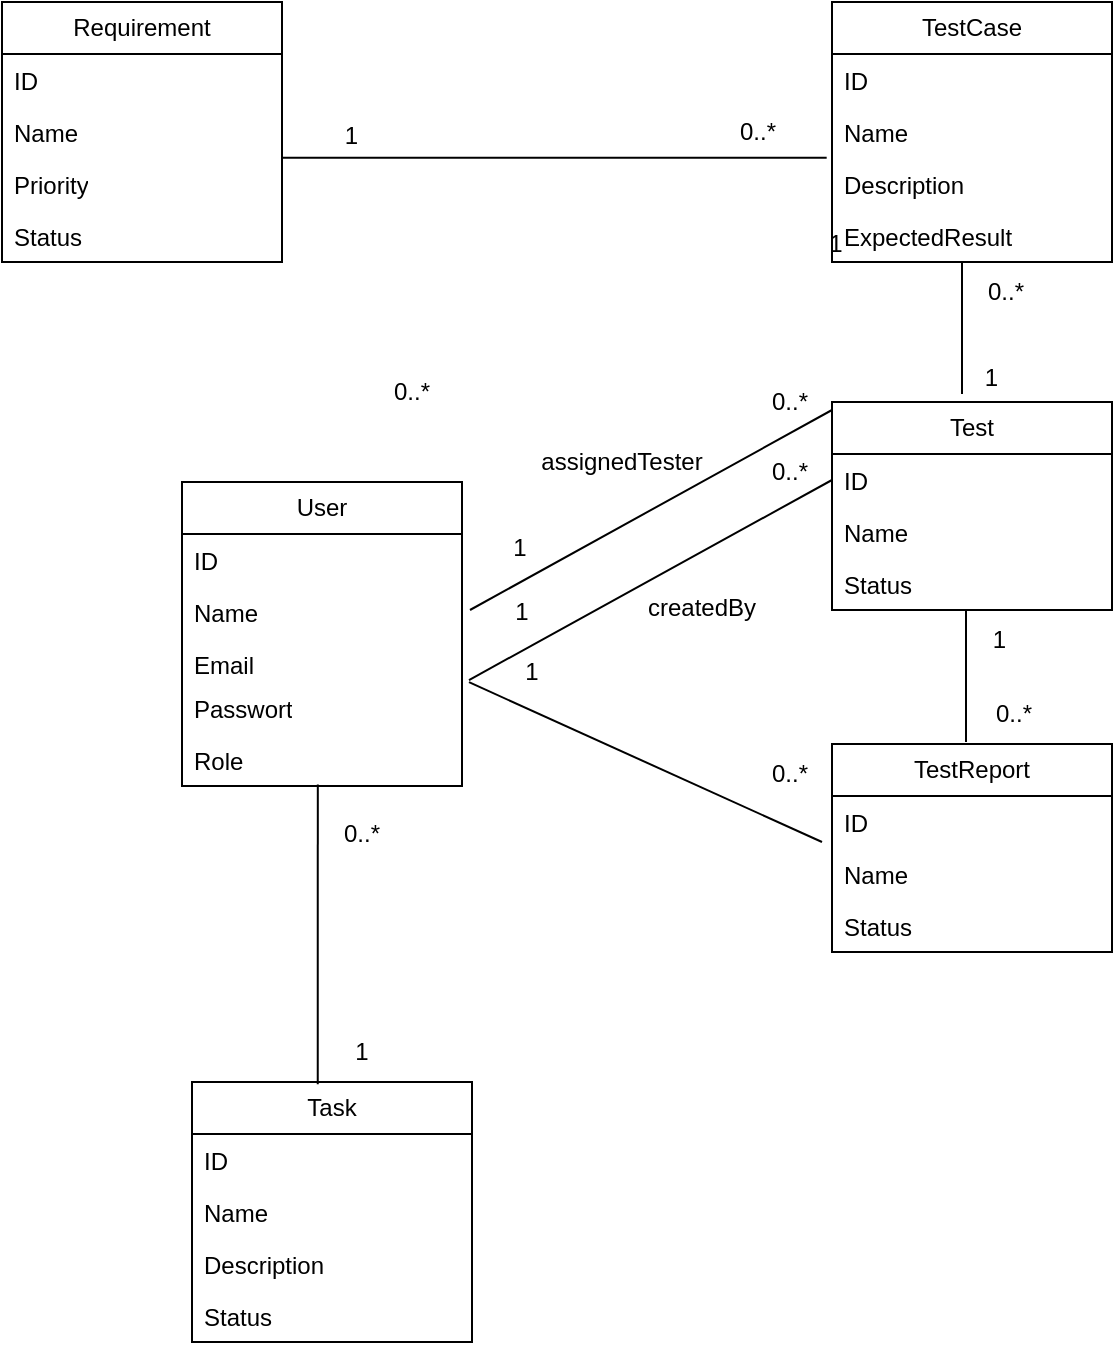
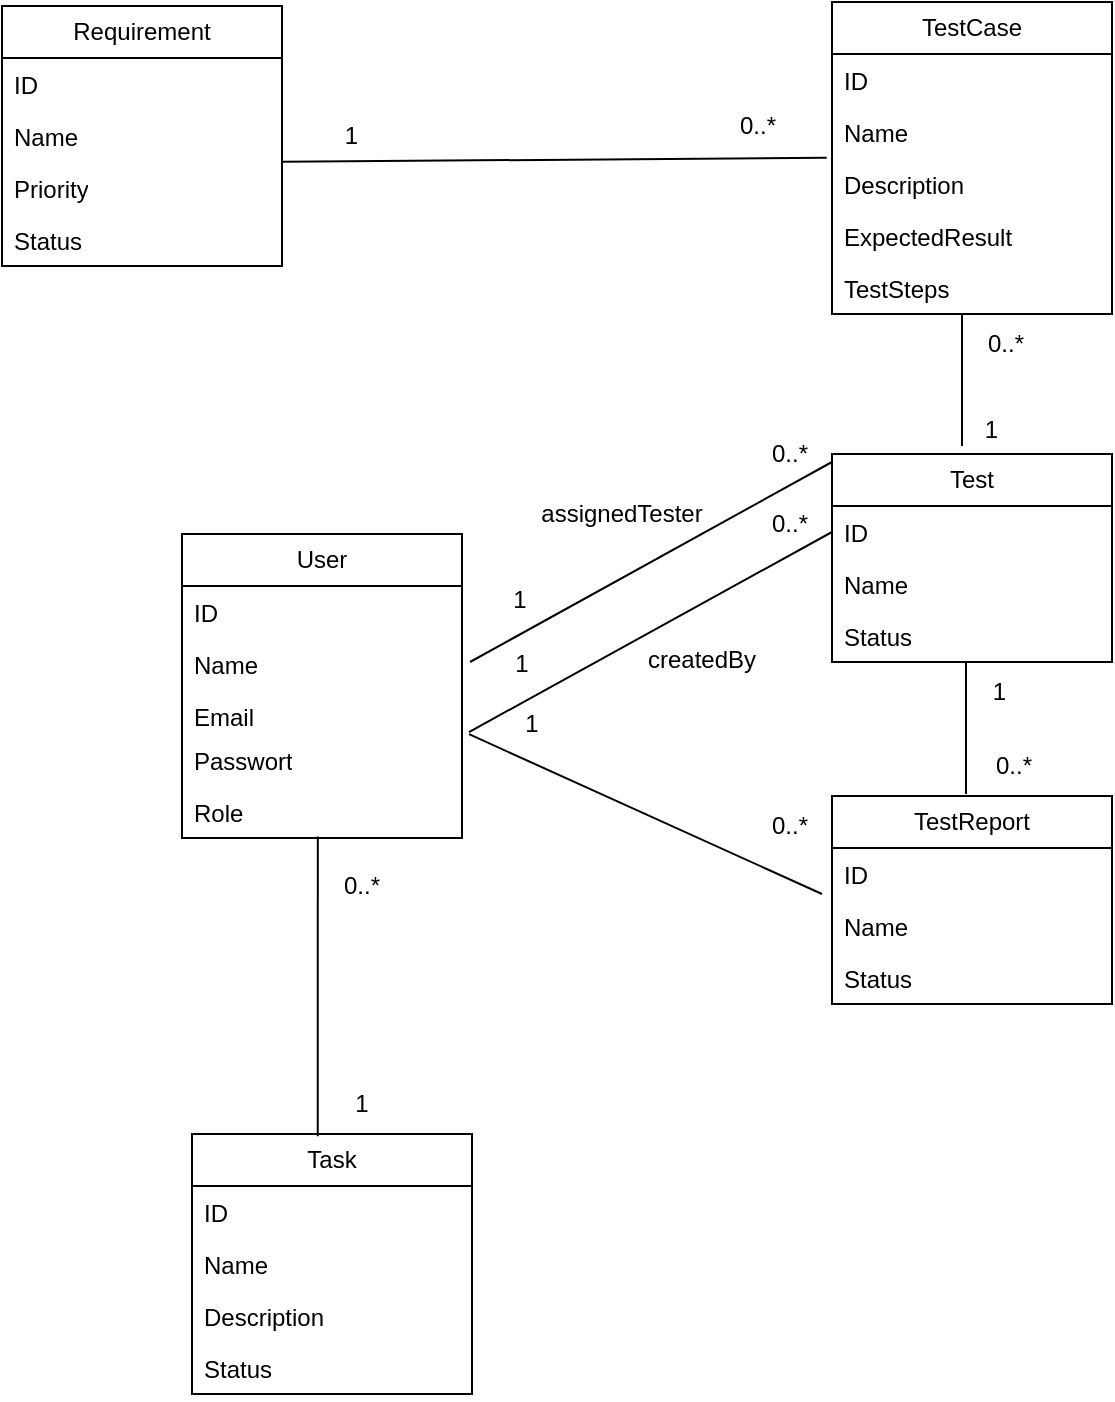
<mxfile host="app.diagrams.net" agent="Mozilla/5.0 (Macintosh; Intel Mac OS X 10_15_7) AppleWebKit/605.1.15 (KHTML, like Gecko) Version/26.2 Safari/605.1.15" pages="2">
  <diagram name="Page-1" id="9UJmMtd8jPqIVRHSLT7q">
    <mxGraphModel dx="1571" dy="971" grid="1" gridSize="10" guides="1" tooltips="1" connect="1" arrows="1" fold="1" page="1" pageScale="1" pageWidth="827" pageHeight="1169" math="0" shadow="0">
      <root>
        <mxCell id="0" />
        <mxCell id="1" parent="0" />
        <mxCell id="j4pG7-vl0huJbFuu1q33-1" parent="1" style="swimlane;fontStyle=0;childLayout=stackLayout;horizontal=1;startSize=26;fillColor=none;horizontalStack=0;resizeParent=1;resizeParentMax=0;resizeLast=0;collapsible=1;marginBottom=0;whiteSpace=wrap;html=1;" value="User" vertex="1">
          <mxGeometry height="152" width="140" x="140" y="280" as="geometry" />
        </mxCell>
        <mxCell id="j4pG7-vl0huJbFuu1q33-2" parent="j4pG7-vl0huJbFuu1q33-1" style="text;strokeColor=none;fillColor=none;align=left;verticalAlign=top;spacingLeft=4;spacingRight=4;overflow=hidden;rotatable=0;points=[[0,0.5],[1,0.5]];portConstraint=eastwest;whiteSpace=wrap;html=1;" value="ID" vertex="1">
          <mxGeometry height="26" width="140" y="26" as="geometry" />
        </mxCell>
        <mxCell id="j4pG7-vl0huJbFuu1q33-3" parent="j4pG7-vl0huJbFuu1q33-1" style="text;strokeColor=none;fillColor=none;align=left;verticalAlign=top;spacingLeft=4;spacingRight=4;overflow=hidden;rotatable=0;points=[[0,0.5],[1,0.5]];portConstraint=eastwest;whiteSpace=wrap;html=1;" value="Name" vertex="1">
          <mxGeometry height="26" width="140" y="52" as="geometry" />
        </mxCell>
        <mxCell id="j4pG7-vl0huJbFuu1q33-4" parent="j4pG7-vl0huJbFuu1q33-1" style="text;strokeColor=none;fillColor=none;align=left;verticalAlign=top;spacingLeft=4;spacingRight=4;overflow=hidden;rotatable=0;points=[[0,0.5],[1,0.5]];portConstraint=eastwest;whiteSpace=wrap;html=1;" value="Email" vertex="1">
          <mxGeometry height="22" width="140" y="78" as="geometry" />
        </mxCell>
        <mxCell id="o-WvR14eICfOpZ58rvUq-1" parent="j4pG7-vl0huJbFuu1q33-1" style="text;strokeColor=none;fillColor=none;align=left;verticalAlign=top;spacingLeft=4;spacingRight=4;overflow=hidden;rotatable=0;points=[[0,0.5],[1,0.5]];portConstraint=eastwest;whiteSpace=wrap;html=1;" value="Passwort" vertex="1">
          <mxGeometry height="26" width="140" y="100" as="geometry" />
        </mxCell>
        <mxCell id="o-WvR14eICfOpZ58rvUq-2" parent="j4pG7-vl0huJbFuu1q33-1" style="text;strokeColor=none;fillColor=none;align=left;verticalAlign=top;spacingLeft=4;spacingRight=4;overflow=hidden;rotatable=0;points=[[0,0.5],[1,0.5]];portConstraint=eastwest;whiteSpace=wrap;html=1;" value="Role" vertex="1">
          <mxGeometry height="26" width="140" y="126" as="geometry" />
        </mxCell>
        <mxCell id="o-WvR14eICfOpZ58rvUq-3" parent="1" style="swimlane;fontStyle=0;childLayout=stackLayout;horizontal=1;startSize=26;fillColor=none;horizontalStack=0;resizeParent=1;resizeParentMax=0;resizeLast=0;collapsible=1;marginBottom=0;whiteSpace=wrap;html=1;" value="Requirement" vertex="1">
-           <mxGeometry height="130" width="140" x="50" y="40" as="geometry" />
+           <mxGeometry height="130" width="140" x="50" y="16" as="geometry" />
        </mxCell>
        <mxCell id="o-WvR14eICfOpZ58rvUq-4" parent="o-WvR14eICfOpZ58rvUq-3" style="text;strokeColor=none;fillColor=none;align=left;verticalAlign=top;spacingLeft=4;spacingRight=4;overflow=hidden;rotatable=0;points=[[0,0.5],[1,0.5]];portConstraint=eastwest;whiteSpace=wrap;html=1;" value="ID" vertex="1">
          <mxGeometry height="26" width="140" y="26" as="geometry" />
        </mxCell>
        <mxCell id="o-WvR14eICfOpZ58rvUq-5" parent="o-WvR14eICfOpZ58rvUq-3" style="text;strokeColor=none;fillColor=none;align=left;verticalAlign=top;spacingLeft=4;spacingRight=4;overflow=hidden;rotatable=0;points=[[0,0.5],[1,0.5]];portConstraint=eastwest;whiteSpace=wrap;html=1;" value="Name" vertex="1">
          <mxGeometry height="26" width="140" y="52" as="geometry" />
        </mxCell>
        <mxCell id="o-WvR14eICfOpZ58rvUq-6" parent="o-WvR14eICfOpZ58rvUq-3" style="text;strokeColor=none;fillColor=none;align=left;verticalAlign=top;spacingLeft=4;spacingRight=4;overflow=hidden;rotatable=0;points=[[0,0.5],[1,0.5]];portConstraint=eastwest;whiteSpace=wrap;html=1;" value="Priority" vertex="1">
          <mxGeometry height="26" width="140" y="78" as="geometry" />
        </mxCell>
        <mxCell id="o-WvR14eICfOpZ58rvUq-7" parent="o-WvR14eICfOpZ58rvUq-3" style="text;strokeColor=none;fillColor=none;align=left;verticalAlign=top;spacingLeft=4;spacingRight=4;overflow=hidden;rotatable=0;points=[[0,0.5],[1,0.5]];portConstraint=eastwest;whiteSpace=wrap;html=1;" value="Status" vertex="1">
          <mxGeometry height="26" width="140" y="104" as="geometry" />
        </mxCell>
        <mxCell id="o-WvR14eICfOpZ58rvUq-9" parent="1" style="swimlane;fontStyle=0;childLayout=stackLayout;horizontal=1;startSize=26;fillColor=none;horizontalStack=0;resizeParent=1;resizeParentMax=0;resizeLast=0;collapsible=1;marginBottom=0;whiteSpace=wrap;html=1;" value="TestCase" vertex="1">
-           <mxGeometry height="130" width="140" x="465" y="40" as="geometry" />
+           <mxGeometry height="156" width="140" x="465" y="14" as="geometry" />
        </mxCell>
        <mxCell id="o-WvR14eICfOpZ58rvUq-10" parent="o-WvR14eICfOpZ58rvUq-9" style="text;strokeColor=none;fillColor=none;align=left;verticalAlign=top;spacingLeft=4;spacingRight=4;overflow=hidden;rotatable=0;points=[[0,0.5],[1,0.5]];portConstraint=eastwest;whiteSpace=wrap;html=1;" value="ID" vertex="1">
          <mxGeometry height="26" width="140" y="26" as="geometry" />
        </mxCell>
        <mxCell id="o-WvR14eICfOpZ58rvUq-11" parent="o-WvR14eICfOpZ58rvUq-9" style="text;strokeColor=none;fillColor=none;align=left;verticalAlign=top;spacingLeft=4;spacingRight=4;overflow=hidden;rotatable=0;points=[[0,0.5],[1,0.5]];portConstraint=eastwest;whiteSpace=wrap;html=1;" value="Name" vertex="1">
          <mxGeometry height="26" width="140" y="52" as="geometry" />
        </mxCell>
        <mxCell id="o-WvR14eICfOpZ58rvUq-12" parent="o-WvR14eICfOpZ58rvUq-9" style="text;strokeColor=none;fillColor=none;align=left;verticalAlign=top;spacingLeft=4;spacingRight=4;overflow=hidden;rotatable=0;points=[[0,0.5],[1,0.5]];portConstraint=eastwest;whiteSpace=wrap;html=1;" value="Description" vertex="1">
          <mxGeometry height="26" width="140" y="78" as="geometry" />
        </mxCell>
        <mxCell id="o-WvR14eICfOpZ58rvUq-13" parent="o-WvR14eICfOpZ58rvUq-9" style="text;strokeColor=none;fillColor=none;align=left;verticalAlign=top;spacingLeft=4;spacingRight=4;overflow=hidden;rotatable=0;points=[[0,0.5],[1,0.5]];portConstraint=eastwest;whiteSpace=wrap;html=1;" value="ExpectedResult" vertex="1">
          <mxGeometry height="26" width="140" y="104" as="geometry" />
+         </mxCell>
+         <mxCell id="I1xaFumGpqn5u_rQcqmB-1" parent="o-WvR14eICfOpZ58rvUq-9" style="text;strokeColor=none;fillColor=none;align=left;verticalAlign=top;spacingLeft=4;spacingRight=4;overflow=hidden;rotatable=0;points=[[0,0.5],[1,0.5]];portConstraint=eastwest;whiteSpace=wrap;html=1;" value="TestSteps" vertex="1">
+           <mxGeometry height="26" width="140" y="130" as="geometry" />
        </mxCell>
        <mxCell id="o-WvR14eICfOpZ58rvUq-14" parent="1" style="swimlane;fontStyle=0;childLayout=stackLayout;horizontal=1;startSize=26;fillColor=none;horizontalStack=0;resizeParent=1;resizeParentMax=0;resizeLast=0;collapsible=1;marginBottom=0;whiteSpace=wrap;html=1;" value="Test" vertex="1">
          <mxGeometry height="104" width="140" x="465" y="240" as="geometry" />
        </mxCell>
        <mxCell id="o-WvR14eICfOpZ58rvUq-15" parent="o-WvR14eICfOpZ58rvUq-14" style="text;strokeColor=none;fillColor=none;align=left;verticalAlign=top;spacingLeft=4;spacingRight=4;overflow=hidden;rotatable=0;points=[[0,0.5],[1,0.5]];portConstraint=eastwest;whiteSpace=wrap;html=1;" value="ID" vertex="1">
          <mxGeometry height="26" width="140" y="26" as="geometry" />
        </mxCell>
        <mxCell id="o-WvR14eICfOpZ58rvUq-16" parent="o-WvR14eICfOpZ58rvUq-14" style="text;strokeColor=none;fillColor=none;align=left;verticalAlign=top;spacingLeft=4;spacingRight=4;overflow=hidden;rotatable=0;points=[[0,0.5],[1,0.5]];portConstraint=eastwest;whiteSpace=wrap;html=1;" value="Name" vertex="1">
          <mxGeometry height="26" width="140" y="52" as="geometry" />
        </mxCell>
        <mxCell id="o-WvR14eICfOpZ58rvUq-17" parent="o-WvR14eICfOpZ58rvUq-14" style="text;strokeColor=none;fillColor=none;align=left;verticalAlign=top;spacingLeft=4;spacingRight=4;overflow=hidden;rotatable=0;points=[[0,0.5],[1,0.5]];portConstraint=eastwest;whiteSpace=wrap;html=1;" value="Status" vertex="1">
          <mxGeometry height="26" width="140" y="78" as="geometry" />
        </mxCell>
        <mxCell id="o-WvR14eICfOpZ58rvUq-19" parent="1" style="swimlane;fontStyle=0;childLayout=stackLayout;horizontal=1;startSize=26;fillColor=none;horizontalStack=0;resizeParent=1;resizeParentMax=0;resizeLast=0;collapsible=1;marginBottom=0;whiteSpace=wrap;html=1;" value="Task" vertex="1">
          <mxGeometry height="130" width="140" x="145" y="580" as="geometry" />
        </mxCell>
        <mxCell id="o-WvR14eICfOpZ58rvUq-20" parent="o-WvR14eICfOpZ58rvUq-19" style="text;strokeColor=none;fillColor=none;align=left;verticalAlign=top;spacingLeft=4;spacingRight=4;overflow=hidden;rotatable=0;points=[[0,0.5],[1,0.5]];portConstraint=eastwest;whiteSpace=wrap;html=1;" value="ID" vertex="1">
          <mxGeometry height="26" width="140" y="26" as="geometry" />
        </mxCell>
        <mxCell id="o-WvR14eICfOpZ58rvUq-21" parent="o-WvR14eICfOpZ58rvUq-19" style="text;strokeColor=none;fillColor=none;align=left;verticalAlign=top;spacingLeft=4;spacingRight=4;overflow=hidden;rotatable=0;points=[[0,0.5],[1,0.5]];portConstraint=eastwest;whiteSpace=wrap;html=1;" value="Name" vertex="1">
          <mxGeometry height="26" width="140" y="52" as="geometry" />
        </mxCell>
        <mxCell id="o-WvR14eICfOpZ58rvUq-22" parent="o-WvR14eICfOpZ58rvUq-19" style="text;strokeColor=none;fillColor=none;align=left;verticalAlign=top;spacingLeft=4;spacingRight=4;overflow=hidden;rotatable=0;points=[[0,0.5],[1,0.5]];portConstraint=eastwest;whiteSpace=wrap;html=1;" value="Description" vertex="1">
          <mxGeometry height="26" width="140" y="78" as="geometry" />
        </mxCell>
        <mxCell id="o-WvR14eICfOpZ58rvUq-23" parent="o-WvR14eICfOpZ58rvUq-19" style="text;strokeColor=none;fillColor=none;align=left;verticalAlign=top;spacingLeft=4;spacingRight=4;overflow=hidden;rotatable=0;points=[[0,0.5],[1,0.5]];portConstraint=eastwest;whiteSpace=wrap;html=1;" value="Status" vertex="1">
          <mxGeometry height="26" width="140" y="104" as="geometry" />
        </mxCell>
        <mxCell id="o-WvR14eICfOpZ58rvUq-24" parent="1" style="swimlane;fontStyle=0;childLayout=stackLayout;horizontal=1;startSize=26;fillColor=none;horizontalStack=0;resizeParent=1;resizeParentMax=0;resizeLast=0;collapsible=1;marginBottom=0;whiteSpace=wrap;html=1;" value="TestReport" vertex="1">
          <mxGeometry height="104" width="140" x="465" y="411" as="geometry" />
        </mxCell>
        <mxCell id="o-WvR14eICfOpZ58rvUq-25" parent="o-WvR14eICfOpZ58rvUq-24" style="text;strokeColor=none;fillColor=none;align=left;verticalAlign=top;spacingLeft=4;spacingRight=4;overflow=hidden;rotatable=0;points=[[0,0.5],[1,0.5]];portConstraint=eastwest;whiteSpace=wrap;html=1;" value="ID" vertex="1">
          <mxGeometry height="26" width="140" y="26" as="geometry" />
        </mxCell>
        <mxCell id="drSWdjsGve0Spve9kgra-5" parent="o-WvR14eICfOpZ58rvUq-24" style="text;strokeColor=none;fillColor=none;align=left;verticalAlign=top;spacingLeft=4;spacingRight=4;overflow=hidden;rotatable=0;points=[[0,0.5],[1,0.5]];portConstraint=eastwest;whiteSpace=wrap;html=1;" value="Name" vertex="1">
          <mxGeometry height="26" width="140" y="52" as="geometry" />
        </mxCell>
        <mxCell id="o-WvR14eICfOpZ58rvUq-27" parent="o-WvR14eICfOpZ58rvUq-24" style="text;strokeColor=none;fillColor=none;align=left;verticalAlign=top;spacingLeft=4;spacingRight=4;overflow=hidden;rotatable=0;points=[[0,0.5],[1,0.5]];portConstraint=eastwest;whiteSpace=wrap;html=1;" value="Status" vertex="1">
          <mxGeometry height="26" width="140" y="78" as="geometry" />
        </mxCell>
-         <mxCell id="o-WvR14eICfOpZ58rvUq-37" parent="1" style="text;html=1;whiteSpace=wrap;strokeColor=none;fillColor=none;align=center;verticalAlign=middle;rounded=0;" value="1" vertex="1">
-           <mxGeometry height="30" width="60" x="437" y="146" as="geometry" />
-         </mxCell>
        <mxCell id="o-WvR14eICfOpZ58rvUq-38" parent="1" style="text;html=1;whiteSpace=wrap;strokeColor=none;fillColor=none;align=center;verticalAlign=middle;rounded=0;" value="0..*" vertex="1">
-           <mxGeometry height="30" width="60" x="398" y="90" as="geometry" />
+           <mxGeometry height="30" width="60" x="398" y="61" as="geometry" />
        </mxCell>
        <mxCell id="o-WvR14eICfOpZ58rvUq-39" parent="1" style="text;html=1;whiteSpace=wrap;strokeColor=none;fillColor=none;align=center;verticalAlign=middle;rounded=0;" value="0..*" vertex="1">
          <mxGeometry height="30" width="60" x="526" y="381" as="geometry" />
        </mxCell>
        <mxCell id="o-WvR14eICfOpZ58rvUq-44" parent="1" style="text;html=1;whiteSpace=wrap;strokeColor=none;fillColor=none;align=center;verticalAlign=middle;rounded=0;" value="0..*" vertex="1">
          <mxGeometry height="30" width="60" x="414" y="411" as="geometry" />
        </mxCell>
        <mxCell id="o-WvR14eICfOpZ58rvUq-45" parent="1" style="text;html=1;whiteSpace=wrap;strokeColor=none;fillColor=none;align=center;verticalAlign=middle;rounded=0;" value="1" vertex="1">
          <mxGeometry height="30" width="60" x="285" y="360" as="geometry" />
-         </mxCell>
-         <mxCell id="o-WvR14eICfOpZ58rvUq-49" parent="1" style="text;html=1;whiteSpace=wrap;strokeColor=none;fillColor=none;align=center;verticalAlign=middle;rounded=0;" value="0..*" vertex="1">
-           <mxGeometry height="30" width="60" x="225" y="220" as="geometry" />
        </mxCell>
        <mxCell id="o-WvR14eICfOpZ58rvUq-58" edge="1" parent="1" source="o-WvR14eICfOpZ58rvUq-6" style="endArrow=none;html=1;rounded=0;entryX=-0.019;entryY=-0.004;entryDx=0;entryDy=0;exitX=1.001;exitY=-0.004;exitDx=0;exitDy=0;exitPerimeter=0;entryPerimeter=0;" target="o-WvR14eICfOpZ58rvUq-12" value="">
          <mxGeometry relative="1" as="geometry">
            <mxPoint x="207" y="120" as="sourcePoint" />
            <mxPoint x="437" y="120" as="targetPoint" />
          </mxGeometry>
        </mxCell>
        <mxCell id="o-WvR14eICfOpZ58rvUq-59" connectable="0" parent="o-WvR14eICfOpZ58rvUq-58" style="resizable=0;html=1;whiteSpace=wrap;align=right;verticalAlign=bottom;" value="1" vertex="1">
          <mxGeometry relative="1" x="1" as="geometry">
            <mxPoint x="-233" y="-2" as="offset" />
          </mxGeometry>
        </mxCell>
        <mxCell id="o-WvR14eICfOpZ58rvUq-60" edge="1" parent="1" style="endArrow=none;html=1;rounded=0;" value="">
          <mxGeometry relative="1" as="geometry">
            <mxPoint x="530" y="170" as="sourcePoint" />
            <mxPoint x="530" y="236" as="targetPoint" />
          </mxGeometry>
        </mxCell>
        <mxCell id="o-WvR14eICfOpZ58rvUq-61" connectable="0" parent="o-WvR14eICfOpZ58rvUq-60" style="resizable=0;html=1;whiteSpace=wrap;align=right;verticalAlign=bottom;" value="1" vertex="1">
          <mxGeometry relative="1" x="1" as="geometry">
            <mxPoint x="19" as="offset" />
          </mxGeometry>
        </mxCell>
        <mxCell id="drSWdjsGve0Spve9kgra-2" parent="1" style="text;html=1;whiteSpace=wrap;strokeColor=none;fillColor=none;align=center;verticalAlign=middle;rounded=0;" value="0..*" vertex="1">
          <mxGeometry height="30" width="60" x="522" y="170" as="geometry" />
        </mxCell>
        <mxCell id="drSWdjsGve0Spve9kgra-3" edge="1" parent="1" style="endArrow=none;html=1;rounded=0;" value="">
          <mxGeometry relative="1" as="geometry">
            <mxPoint x="532" y="344" as="sourcePoint" />
            <mxPoint x="532" y="410" as="targetPoint" />
          </mxGeometry>
        </mxCell>
        <mxCell id="drSWdjsGve0Spve9kgra-4" connectable="0" parent="drSWdjsGve0Spve9kgra-3" style="resizable=0;html=1;whiteSpace=wrap;align=right;verticalAlign=bottom;" value="1" vertex="1">
          <mxGeometry relative="1" x="1" as="geometry">
            <mxPoint x="21" y="-43" as="offset" />
          </mxGeometry>
        </mxCell>
        <mxCell id="drSWdjsGve0Spve9kgra-6" edge="1" parent="1" source="o-WvR14eICfOpZ58rvUq-1" style="endArrow=none;html=1;rounded=0;fontSize=12;startSize=8;endSize=8;curved=1;exitX=1.025;exitY=0.004;exitDx=0;exitDy=0;exitPerimeter=0;" value="">
          <mxGeometry height="50" relative="1" width="50" as="geometry">
            <mxPoint x="212" y="510" as="sourcePoint" />
            <mxPoint x="460" y="460" as="targetPoint" />
          </mxGeometry>
        </mxCell>
        <mxCell id="drSWdjsGve0Spve9kgra-7" edge="1" parent="1" source="o-WvR14eICfOpZ58rvUq-1" style="endArrow=none;html=1;rounded=0;fontSize=12;startSize=8;endSize=8;curved=1;exitX=1.025;exitY=-0.038;exitDx=0;exitDy=0;exitPerimeter=0;entryX=0;entryY=0.5;entryDx=0;entryDy=0;" target="o-WvR14eICfOpZ58rvUq-15" value="">
          <mxGeometry height="50" relative="1" width="50" as="geometry">
            <mxPoint x="340" y="410" as="sourcePoint" />
            <mxPoint x="516" y="490" as="targetPoint" />
          </mxGeometry>
        </mxCell>
        <mxCell id="drSWdjsGve0Spve9kgra-8" parent="1" style="text;html=1;whiteSpace=wrap;strokeColor=none;fillColor=none;align=center;verticalAlign=middle;rounded=0;" value="1" vertex="1">
          <mxGeometry height="30" width="60" x="280" y="330" as="geometry" />
        </mxCell>
        <mxCell id="drSWdjsGve0Spve9kgra-9" parent="1" style="text;html=1;whiteSpace=wrap;strokeColor=none;fillColor=none;align=center;verticalAlign=middle;rounded=0;" value="0..*" vertex="1">
          <mxGeometry height="30" width="60" x="414" y="260" as="geometry" />
        </mxCell>
        <mxCell id="drSWdjsGve0Spve9kgra-10" edge="1" parent="1" source="o-WvR14eICfOpZ58rvUq-2" style="endArrow=none;html=1;rounded=0;fontSize=12;startSize=8;endSize=8;curved=1;entryX=0.449;entryY=0.009;entryDx=0;entryDy=0;entryPerimeter=0;exitX=0.485;exitY=0.97;exitDx=0;exitDy=0;exitPerimeter=0;" target="o-WvR14eICfOpZ58rvUq-19" value="">
          <mxGeometry height="50" relative="1" width="50" as="geometry">
            <mxPoint x="208" y="490" as="sourcePoint" />
            <mxPoint x="516" y="490" as="targetPoint" />
          </mxGeometry>
        </mxCell>
        <mxCell id="drSWdjsGve0Spve9kgra-11" parent="1" style="text;html=1;whiteSpace=wrap;strokeColor=none;fillColor=none;align=center;verticalAlign=middle;rounded=0;" value="1" vertex="1">
          <mxGeometry height="30" width="60" x="200" y="550" as="geometry" />
        </mxCell>
        <mxCell id="drSWdjsGve0Spve9kgra-12" parent="1" style="text;html=1;whiteSpace=wrap;strokeColor=none;fillColor=none;align=center;verticalAlign=middle;rounded=0;" value="0..*" vertex="1">
          <mxGeometry height="30" width="60" x="200" y="441" as="geometry" />
        </mxCell>
        <mxCell id="drSWdjsGve0Spve9kgra-13" edge="1" parent="1" style="endArrow=none;html=1;rounded=0;fontSize=12;startSize=8;endSize=8;curved=1;exitX=1.025;exitY=-0.038;exitDx=0;exitDy=0;exitPerimeter=0;entryX=0;entryY=0.5;entryDx=0;entryDy=0;" value="">
          <mxGeometry height="50" relative="1" width="50" as="geometry">
            <mxPoint x="284" y="344" as="sourcePoint" />
            <mxPoint x="465" y="244" as="targetPoint" />
          </mxGeometry>
        </mxCell>
        <mxCell id="drSWdjsGve0Spve9kgra-14" parent="1" style="text;html=1;whiteSpace=wrap;strokeColor=none;fillColor=none;align=center;verticalAlign=middle;rounded=0;" value="1" vertex="1">
          <mxGeometry height="30" width="60" x="279" y="298" as="geometry" />
        </mxCell>
        <mxCell id="drSWdjsGve0Spve9kgra-15" parent="1" style="text;html=1;whiteSpace=wrap;strokeColor=none;fillColor=none;align=center;verticalAlign=middle;rounded=0;" value="0..*" vertex="1">
          <mxGeometry height="30" width="60" x="414" y="225" as="geometry" />
        </mxCell>
        <mxCell id="drSWdjsGve0Spve9kgra-16" parent="1" style="text;html=1;whiteSpace=wrap;strokeColor=none;fillColor=none;align=center;verticalAlign=middle;rounded=0;fontSize=12;fontFamily=Helvetica;" value="createdBy" vertex="1">
          <mxGeometry height="30" width="60" x="370" y="328" as="geometry" />
        </mxCell>
        <mxCell id="drSWdjsGve0Spve9kgra-17" parent="1" style="text;html=1;whiteSpace=wrap;strokeColor=none;fillColor=none;align=center;verticalAlign=middle;rounded=0;fontSize=12;fontFamily=Helvetica;" value="assignedTester" vertex="1">
          <mxGeometry height="30" width="60" x="330" y="255" as="geometry" />
        </mxCell>
      </root>
    </mxGraphModel>
  </diagram>
  <diagram id="E4uJ4h-Z-drRf0hr4ozn" name="Page-2">
    <mxGraphModel dx="1814" dy="874" grid="0" gridSize="10" guides="1" tooltips="1" connect="1" arrows="1" fold="1" page="0" pageScale="1" pageWidth="827" pageHeight="1169" math="0" shadow="0">
      <root>
        <mxCell id="0" />
        <mxCell id="1" parent="0" />
        <mxCell id="75oAA3cP76G7LaY9jgDj-1" parent="1" style="swimlane;fontStyle=0;childLayout=stackLayout;horizontal=1;startSize=26;fillColor=none;horizontalStack=0;resizeParent=1;resizeParentMax=0;resizeLast=0;collapsible=1;marginBottom=0;whiteSpace=wrap;html=1;" value="User" vertex="1">
          <mxGeometry height="152" width="157" x="-19" y="449" as="geometry" />
        </mxCell>
        <mxCell id="75oAA3cP76G7LaY9jgDj-2" parent="75oAA3cP76G7LaY9jgDj-1" style="text;strokeColor=none;fillColor=none;align=left;verticalAlign=top;spacingLeft=4;spacingRight=4;overflow=hidden;rotatable=0;points=[[0,0.5],[1,0.5]];portConstraint=eastwest;whiteSpace=wrap;html=1;" value="ID: INT" vertex="1">
          <mxGeometry height="26" width="157" y="26" as="geometry" />
        </mxCell>
        <mxCell id="75oAA3cP76G7LaY9jgDj-3" parent="75oAA3cP76G7LaY9jgDj-1" style="text;strokeColor=none;fillColor=none;align=left;verticalAlign=top;spacingLeft=4;spacingRight=4;overflow=hidden;rotatable=0;points=[[0,0.5],[1,0.5]];portConstraint=eastwest;whiteSpace=wrap;html=1;" value="Name: VARCHAR (30)" vertex="1">
          <mxGeometry height="26" width="157" y="52" as="geometry" />
        </mxCell>
        <mxCell id="75oAA3cP76G7LaY9jgDj-4" parent="75oAA3cP76G7LaY9jgDj-1" style="text;strokeColor=none;fillColor=none;align=left;verticalAlign=top;spacingLeft=4;spacingRight=4;overflow=hidden;rotatable=0;points=[[0,0.5],[1,0.5]];portConstraint=eastwest;whiteSpace=wrap;html=1;" value="Email: VARCHAR(100)" vertex="1">
          <mxGeometry height="22" width="157" y="78" as="geometry" />
        </mxCell>
        <mxCell id="75oAA3cP76G7LaY9jgDj-5" parent="75oAA3cP76G7LaY9jgDj-1" style="text;strokeColor=none;fillColor=none;align=left;verticalAlign=top;spacingLeft=4;spacingRight=4;overflow=hidden;rotatable=0;points=[[0,0.5],[1,0.5]];portConstraint=eastwest;whiteSpace=wrap;html=1;" value="Passwort: VARCHAR (5)" vertex="1">
          <mxGeometry height="26" width="157" y="100" as="geometry" />
        </mxCell>
        <mxCell id="75oAA3cP76G7LaY9jgDj-6" parent="75oAA3cP76G7LaY9jgDj-1" style="text;strokeColor=none;fillColor=none;align=left;verticalAlign=top;spacingLeft=4;spacingRight=4;overflow=hidden;rotatable=0;points=[[0,0.5],[1,0.5]];portConstraint=eastwest;whiteSpace=wrap;html=1;" value="Role: VARCHAR (3)" vertex="1">
          <mxGeometry height="26" width="157" y="126" as="geometry" />
        </mxCell>
        <mxCell id="75oAA3cP76G7LaY9jgDj-7" parent="1" style="swimlane;fontStyle=0;childLayout=stackLayout;horizontal=1;startSize=26;fillColor=none;horizontalStack=0;resizeParent=1;resizeParentMax=0;resizeLast=0;collapsible=1;marginBottom=0;whiteSpace=wrap;html=1;" value="Requirement" vertex="1">
          <mxGeometry height="130" width="140" x="-21" y="252" as="geometry" />
        </mxCell>
        <mxCell id="75oAA3cP76G7LaY9jgDj-8" parent="75oAA3cP76G7LaY9jgDj-7" style="text;strokeColor=none;fillColor=none;align=left;verticalAlign=top;spacingLeft=4;spacingRight=4;overflow=hidden;rotatable=0;points=[[0,0.5],[1,0.5]];portConstraint=eastwest;whiteSpace=wrap;html=1;" value="ID: INT" vertex="1">
          <mxGeometry height="26" width="140" y="26" as="geometry" />
        </mxCell>
        <mxCell id="75oAA3cP76G7LaY9jgDj-9" parent="75oAA3cP76G7LaY9jgDj-7" style="text;strokeColor=none;fillColor=none;align=left;verticalAlign=top;spacingLeft=4;spacingRight=4;overflow=hidden;rotatable=0;points=[[0,0.5],[1,0.5]];portConstraint=eastwest;whiteSpace=wrap;html=1;" value="Name: VARCHAR (30)" vertex="1">
          <mxGeometry height="26" width="140" y="52" as="geometry" />
        </mxCell>
        <mxCell id="75oAA3cP76G7LaY9jgDj-10" parent="75oAA3cP76G7LaY9jgDj-7" style="text;strokeColor=none;fillColor=none;align=left;verticalAlign=top;spacingLeft=4;spacingRight=4;overflow=hidden;rotatable=0;points=[[0,0.5],[1,0.5]];portConstraint=eastwest;whiteSpace=wrap;html=1;" value="Priority: VARCHAR (1)" vertex="1">
          <mxGeometry height="26" width="140" y="78" as="geometry" />
        </mxCell>
        <mxCell id="75oAA3cP76G7LaY9jgDj-11" parent="75oAA3cP76G7LaY9jgDj-7" style="text;strokeColor=none;fillColor=none;align=left;verticalAlign=top;spacingLeft=4;spacingRight=4;overflow=hidden;rotatable=0;points=[[0,0.5],[1,0.5]];portConstraint=eastwest;whiteSpace=wrap;html=1;" value="Status: VARCHAR (20)" vertex="1">
          <mxGeometry height="26" width="140" y="104" as="geometry" />
        </mxCell>
        <mxCell id="75oAA3cP76G7LaY9jgDj-12" parent="1" style="swimlane;fontStyle=0;childLayout=stackLayout;horizontal=1;startSize=26;fillColor=none;horizontalStack=0;resizeParent=1;resizeParentMax=0;resizeLast=0;collapsible=1;marginBottom=0;whiteSpace=wrap;html=1;" value="TestCase" vertex="1">
          <mxGeometry height="182" width="166" x="294" y="249" as="geometry" />
        </mxCell>
        <mxCell id="75oAA3cP76G7LaY9jgDj-13" parent="75oAA3cP76G7LaY9jgDj-12" style="text;strokeColor=none;fillColor=none;align=left;verticalAlign=top;spacingLeft=4;spacingRight=4;overflow=hidden;rotatable=0;points=[[0,0.5],[1,0.5]];portConstraint=eastwest;whiteSpace=wrap;html=1;" value="ID: INT" vertex="1">
          <mxGeometry height="26" width="166" y="26" as="geometry" />
        </mxCell>
        <mxCell id="75oAA3cP76G7LaY9jgDj-14" parent="75oAA3cP76G7LaY9jgDj-12" style="text;strokeColor=none;fillColor=none;align=left;verticalAlign=top;spacingLeft=4;spacingRight=4;overflow=hidden;rotatable=0;points=[[0,0.5],[1,0.5]];portConstraint=eastwest;whiteSpace=wrap;html=1;" value="Name: VARCHAR (30)" vertex="1">
          <mxGeometry height="26" width="166" y="52" as="geometry" />
        </mxCell>
        <mxCell id="75oAA3cP76G7LaY9jgDj-15" parent="75oAA3cP76G7LaY9jgDj-12" style="text;strokeColor=none;fillColor=none;align=left;verticalAlign=top;spacingLeft=4;spacingRight=4;overflow=hidden;rotatable=0;points=[[0,0.5],[1,0.5]];portConstraint=eastwest;whiteSpace=wrap;html=1;" value="Description" vertex="1">
          <mxGeometry height="26" width="166" y="78" as="geometry" />
        </mxCell>
        <mxCell id="75oAA3cP76G7LaY9jgDj-57" parent="75oAA3cP76G7LaY9jgDj-12" style="text;strokeColor=none;fillColor=none;align=left;verticalAlign=top;spacingLeft=4;spacingRight=4;overflow=hidden;rotatable=0;points=[[0,0.5],[1,0.5]];portConstraint=eastwest;whiteSpace=wrap;html=1;" value="ExpectedResult: TEXT" vertex="1">
          <mxGeometry height="26" width="166" y="104" as="geometry" />
        </mxCell>
        <mxCell id="75oAA3cP76G7LaY9jgDj-16" parent="75oAA3cP76G7LaY9jgDj-12" style="text;strokeColor=none;fillColor=none;align=left;verticalAlign=top;spacingLeft=4;spacingRight=4;overflow=hidden;rotatable=0;points=[[0,0.5],[1,0.5]];portConstraint=eastwest;whiteSpace=wrap;html=1;" value="Requirement_id: INT (FK)" vertex="1">
          <mxGeometry height="26" width="166" y="130" as="geometry" />
        </mxCell>
        <mxCell id="75oAA3cP76G7LaY9jgDj-58" parent="75oAA3cP76G7LaY9jgDj-12" style="text;strokeColor=none;fillColor=none;align=left;verticalAlign=top;spacingLeft=4;spacingRight=4;overflow=hidden;rotatable=0;points=[[0,0.5],[1,0.5]];portConstraint=eastwest;whiteSpace=wrap;html=1;" value="Test_id: INT (FK, optional)" vertex="1">
          <mxGeometry height="26" width="166" y="156" as="geometry" />
        </mxCell>
        <mxCell id="75oAA3cP76G7LaY9jgDj-17" parent="1" style="swimlane;fontStyle=0;childLayout=stackLayout;horizontal=1;startSize=26;fillColor=none;horizontalStack=0;resizeParent=1;resizeParentMax=0;resizeLast=0;collapsible=1;marginBottom=0;whiteSpace=wrap;html=1;" value="Test" vertex="1">
          <mxGeometry height="156" width="170" x="298" y="756" as="geometry" />
        </mxCell>
        <mxCell id="75oAA3cP76G7LaY9jgDj-18" parent="75oAA3cP76G7LaY9jgDj-17" style="text;strokeColor=none;fillColor=none;align=left;verticalAlign=top;spacingLeft=4;spacingRight=4;overflow=hidden;rotatable=0;points=[[0,0.5],[1,0.5]];portConstraint=eastwest;whiteSpace=wrap;html=1;" value="ID: INT" vertex="1">
          <mxGeometry height="26" width="170" y="26" as="geometry" />
        </mxCell>
        <mxCell id="75oAA3cP76G7LaY9jgDj-19" parent="75oAA3cP76G7LaY9jgDj-17" style="text;strokeColor=none;fillColor=none;align=left;verticalAlign=top;spacingLeft=4;spacingRight=4;overflow=hidden;rotatable=0;points=[[0,0.5],[1,0.5]];portConstraint=eastwest;whiteSpace=wrap;html=1;" value="Name: VARCHAR (30)" vertex="1">
          <mxGeometry height="26" width="170" y="52" as="geometry" />
        </mxCell>
        <mxCell id="75oAA3cP76G7LaY9jgDj-20" parent="75oAA3cP76G7LaY9jgDj-17" style="text;strokeColor=none;fillColor=none;align=left;verticalAlign=top;spacingLeft=4;spacingRight=4;overflow=hidden;rotatable=0;points=[[0,0.5],[1,0.5]];portConstraint=eastwest;whiteSpace=wrap;html=1;" value="Status: VARCHAR (12)" vertex="1">
          <mxGeometry height="26" width="170" y="78" as="geometry" />
        </mxCell>
        <mxCell id="75oAA3cP76G7LaY9jgDj-61" parent="75oAA3cP76G7LaY9jgDj-17" style="text;strokeColor=none;fillColor=none;align=left;verticalAlign=top;spacingLeft=4;spacingRight=4;overflow=hidden;rotatable=0;points=[[0,0.5],[1,0.5]];portConstraint=eastwest;whiteSpace=wrap;html=1;" value="Created_by: INT (FK)" vertex="1">
          <mxGeometry height="26" width="170" y="104" as="geometry" />
        </mxCell>
        <mxCell id="75oAA3cP76G7LaY9jgDj-62" parent="75oAA3cP76G7LaY9jgDj-17" style="text;strokeColor=none;fillColor=none;align=left;verticalAlign=top;spacingLeft=4;spacingRight=4;overflow=hidden;rotatable=0;points=[[0,0.5],[1,0.5]];portConstraint=eastwest;whiteSpace=wrap;html=1;" value="Assigned_Tester: INT (FK)" vertex="1">
          <mxGeometry height="26" width="170" y="130" as="geometry" />
        </mxCell>
        <mxCell id="75oAA3cP76G7LaY9jgDj-21" parent="1" style="swimlane;fontStyle=0;childLayout=stackLayout;horizontal=1;startSize=26;fillColor=none;horizontalStack=0;resizeParent=1;resizeParentMax=0;resizeLast=0;collapsible=1;marginBottom=0;whiteSpace=wrap;html=1;" value="Task" vertex="1">
          <mxGeometry height="156" width="140" x="-335" y="255" as="geometry" />
        </mxCell>
        <mxCell id="75oAA3cP76G7LaY9jgDj-22" parent="75oAA3cP76G7LaY9jgDj-21" style="text;strokeColor=none;fillColor=none;align=left;verticalAlign=top;spacingLeft=4;spacingRight=4;overflow=hidden;rotatable=0;points=[[0,0.5],[1,0.5]];portConstraint=eastwest;whiteSpace=wrap;html=1;" value="ID: INT" vertex="1">
          <mxGeometry height="26" width="140" y="26" as="geometry" />
        </mxCell>
        <mxCell id="75oAA3cP76G7LaY9jgDj-23" parent="75oAA3cP76G7LaY9jgDj-21" style="text;strokeColor=none;fillColor=none;align=left;verticalAlign=top;spacingLeft=4;spacingRight=4;overflow=hidden;rotatable=0;points=[[0,0.5],[1,0.5]];portConstraint=eastwest;whiteSpace=wrap;html=1;" value="Name: VARCHAR (30)" vertex="1">
          <mxGeometry height="26" width="140" y="52" as="geometry" />
        </mxCell>
        <mxCell id="75oAA3cP76G7LaY9jgDj-24" parent="75oAA3cP76G7LaY9jgDj-21" style="text;strokeColor=none;fillColor=none;align=left;verticalAlign=top;spacingLeft=4;spacingRight=4;overflow=hidden;rotatable=0;points=[[0,0.5],[1,0.5]];portConstraint=eastwest;whiteSpace=wrap;html=1;" value="Description: TEXT" vertex="1">
          <mxGeometry height="26" width="140" y="78" as="geometry" />
        </mxCell>
        <mxCell id="75oAA3cP76G7LaY9jgDj-25" parent="75oAA3cP76G7LaY9jgDj-21" style="text;strokeColor=none;fillColor=none;align=left;verticalAlign=top;spacingLeft=4;spacingRight=4;overflow=hidden;rotatable=0;points=[[0,0.5],[1,0.5]];portConstraint=eastwest;whiteSpace=wrap;html=1;" value="Status: VARCHAR (13)&amp;nbsp;" vertex="1">
          <mxGeometry height="26" width="140" y="104" as="geometry" />
        </mxCell>
        <mxCell id="75oAA3cP76G7LaY9jgDj-56" parent="75oAA3cP76G7LaY9jgDj-21" style="text;strokeColor=none;fillColor=none;align=left;verticalAlign=top;spacingLeft=4;spacingRight=4;overflow=hidden;rotatable=0;points=[[0,0.5],[1,0.5]];portConstraint=eastwest;whiteSpace=wrap;html=1;" value="User Id: INT (FK)" vertex="1">
          <mxGeometry height="26" width="140" y="130" as="geometry" />
        </mxCell>
        <mxCell id="75oAA3cP76G7LaY9jgDj-26" parent="1" style="swimlane;fontStyle=0;childLayout=stackLayout;horizontal=1;startSize=26;fillColor=none;horizontalStack=0;resizeParent=1;resizeParentMax=0;resizeLast=0;collapsible=1;marginBottom=0;whiteSpace=wrap;html=1;" value="TestReport" vertex="1">
          <mxGeometry height="156" width="140" x="301" y="515" as="geometry" />
        </mxCell>
        <mxCell id="75oAA3cP76G7LaY9jgDj-27" parent="75oAA3cP76G7LaY9jgDj-26" style="text;strokeColor=none;fillColor=none;align=left;verticalAlign=top;spacingLeft=4;spacingRight=4;overflow=hidden;rotatable=0;points=[[0,0.5],[1,0.5]];portConstraint=eastwest;whiteSpace=wrap;html=1;" value="ID: INT" vertex="1">
          <mxGeometry height="26" width="140" y="26" as="geometry" />
        </mxCell>
        <mxCell id="75oAA3cP76G7LaY9jgDj-28" parent="75oAA3cP76G7LaY9jgDj-26" style="text;strokeColor=none;fillColor=none;align=left;verticalAlign=top;spacingLeft=4;spacingRight=4;overflow=hidden;rotatable=0;points=[[0,0.5],[1,0.5]];portConstraint=eastwest;whiteSpace=wrap;html=1;" value="Name: VARCHAR (30)" vertex="1">
          <mxGeometry height="26" width="140" y="52" as="geometry" />
        </mxCell>
        <mxCell id="75oAA3cP76G7LaY9jgDj-59" parent="75oAA3cP76G7LaY9jgDj-26" style="text;strokeColor=none;fillColor=none;align=left;verticalAlign=top;spacingLeft=4;spacingRight=4;overflow=hidden;rotatable=0;points=[[0,0.5],[1,0.5]];portConstraint=eastwest;whiteSpace=wrap;html=1;" value="Status: VARCHAR (10)" vertex="1">
          <mxGeometry height="26" width="140" y="78" as="geometry" />
        </mxCell>
        <mxCell id="75oAA3cP76G7LaY9jgDj-29" parent="75oAA3cP76G7LaY9jgDj-26" style="text;strokeColor=none;fillColor=none;align=left;verticalAlign=top;spacingLeft=4;spacingRight=4;overflow=hidden;rotatable=0;points=[[0,0.5],[1,0.5]];portConstraint=eastwest;whiteSpace=wrap;html=1;" value="Test_id: INT (FK)" vertex="1">
          <mxGeometry height="26" width="140" y="104" as="geometry" />
        </mxCell>
        <mxCell id="75oAA3cP76G7LaY9jgDj-60" parent="75oAA3cP76G7LaY9jgDj-26" style="text;strokeColor=none;fillColor=none;align=left;verticalAlign=top;spacingLeft=4;spacingRight=4;overflow=hidden;rotatable=0;points=[[0,0.5],[1,0.5]];portConstraint=eastwest;whiteSpace=wrap;html=1;" value="User_id: INT(FK)" vertex="1">
          <mxGeometry height="26" width="140" y="130" as="geometry" />
        </mxCell>
        <mxCell id="75oAA3cP76G7LaY9jgDj-30" parent="1" style="text;html=1;whiteSpace=wrap;strokeColor=none;fillColor=none;align=center;verticalAlign=middle;rounded=0;" value="1" vertex="1">
          <mxGeometry height="30" width="60" x="266" y="355" as="geometry" />
        </mxCell>
        <mxCell id="75oAA3cP76G7LaY9jgDj-31" parent="1" style="text;html=1;whiteSpace=wrap;strokeColor=none;fillColor=none;align=center;verticalAlign=middle;rounded=0;" value="0..*" vertex="1">
          <mxGeometry height="30" width="60" x="238" y="308" as="geometry" />
        </mxCell>
        <mxCell id="75oAA3cP76G7LaY9jgDj-32" parent="1" style="text;html=1;whiteSpace=wrap;strokeColor=none;fillColor=none;align=center;verticalAlign=middle;rounded=0;" value="0..*" vertex="1">
          <mxGeometry height="30" width="60" x="228" y="762" as="geometry" />
        </mxCell>
        <mxCell id="75oAA3cP76G7LaY9jgDj-34" parent="1" style="text;html=1;whiteSpace=wrap;strokeColor=none;fillColor=none;align=center;verticalAlign=middle;rounded=0;" value="1" vertex="1">
          <mxGeometry height="30" width="60" x="138" y="547" as="geometry" />
        </mxCell>
        <mxCell id="75oAA3cP76G7LaY9jgDj-35" parent="1" style="text;html=1;whiteSpace=wrap;strokeColor=none;fillColor=none;align=center;verticalAlign=middle;rounded=0;" value="0..*" vertex="1">
          <mxGeometry height="30" width="60" x="244" y="550" as="geometry" />
        </mxCell>
        <mxCell id="75oAA3cP76G7LaY9jgDj-38" edge="1" parent="1" style="endArrow=none;html=1;rounded=0;" value="">
          <mxGeometry relative="1" as="geometry">
            <mxPoint x="839" y="584" as="sourcePoint" />
            <mxPoint x="839" y="650" as="targetPoint" />
          </mxGeometry>
        </mxCell>
        <mxCell id="75oAA3cP76G7LaY9jgDj-39" connectable="0" parent="75oAA3cP76G7LaY9jgDj-38" style="resizable=0;html=1;whiteSpace=wrap;align=right;verticalAlign=bottom;" value="1" vertex="1">
          <mxGeometry relative="1" x="1" as="geometry">
            <mxPoint x="19" y="132" as="offset" />
          </mxGeometry>
        </mxCell>
        <mxCell id="75oAA3cP76G7LaY9jgDj-40" parent="1" style="text;html=1;whiteSpace=wrap;strokeColor=none;fillColor=none;align=center;verticalAlign=middle;rounded=0;" value="0..*" vertex="1">
          <mxGeometry height="30" width="60" x="372" y="671" as="geometry" />
        </mxCell>
        <mxCell id="75oAA3cP76G7LaY9jgDj-41" edge="1" parent="1" style="endArrow=none;html=1;rounded=0;" value="">
          <mxGeometry relative="1" as="geometry">
            <mxPoint x="372" y="671" as="sourcePoint" />
            <mxPoint x="372" y="755" as="targetPoint" />
          </mxGeometry>
        </mxCell>
        <mxCell id="75oAA3cP76G7LaY9jgDj-42" connectable="0" parent="75oAA3cP76G7LaY9jgDj-41" style="resizable=0;html=1;whiteSpace=wrap;align=right;verticalAlign=bottom;" value="1" vertex="1">
          <mxGeometry relative="1" x="1" as="geometry">
            <mxPoint x="28" y="-6" as="offset" />
          </mxGeometry>
        </mxCell>
        <mxCell id="75oAA3cP76G7LaY9jgDj-45" parent="1" style="text;html=1;whiteSpace=wrap;strokeColor=none;fillColor=none;align=center;verticalAlign=middle;rounded=0;" value="1" vertex="1">
          <mxGeometry height="30" width="60" x="119" y="310" as="geometry" />
        </mxCell>
        <mxCell id="75oAA3cP76G7LaY9jgDj-46" parent="1" style="text;html=1;whiteSpace=wrap;strokeColor=none;fillColor=none;align=center;verticalAlign=middle;rounded=0;" value="0..*" vertex="1">
          <mxGeometry height="30" width="60" x="470" y="313" as="geometry" />
        </mxCell>
        <mxCell id="75oAA3cP76G7LaY9jgDj-48" parent="1" style="text;html=1;whiteSpace=wrap;strokeColor=none;fillColor=none;align=center;verticalAlign=middle;rounded=0;" value="1" vertex="1">
          <mxGeometry height="30" width="60" x="473" y="802" as="geometry" />
        </mxCell>
        <mxCell id="75oAA3cP76G7LaY9jgDj-51" parent="1" style="text;html=1;whiteSpace=wrap;strokeColor=none;fillColor=none;align=center;verticalAlign=middle;rounded=0;" value="1" vertex="1">
          <mxGeometry height="30" width="60" x="-72" y="449" as="geometry" />
        </mxCell>
        <mxCell id="75oAA3cP76G7LaY9jgDj-52" parent="1" style="text;html=1;whiteSpace=wrap;strokeColor=none;fillColor=none;align=center;verticalAlign=middle;rounded=0;" value="0..*" vertex="1">
          <mxGeometry height="30" width="60" x="-195" y="315" as="geometry" />
        </mxCell>
        <mxCell id="75oAA3cP76G7LaY9jgDj-53" parent="1" style="text;html=1;whiteSpace=wrap;strokeColor=none;fillColor=none;align=center;verticalAlign=middle;rounded=0;fontSize=12;fontFamily=Helvetica;" value="createdBy" vertex="1">
          <mxGeometry height="30" width="60" x="32" y="811" as="geometry" />
        </mxCell>
        <mxCell id="75oAA3cP76G7LaY9jgDj-64" edge="1" parent="1" source="75oAA3cP76G7LaY9jgDj-52" style="endArrow=none;html=1;rounded=0;fontSize=12;startSize=8;endSize=8;curved=1;exitX=0;exitY=1;exitDx=0;exitDy=0;entryX=0;entryY=0.923;entryDx=0;entryDy=0;entryPerimeter=0;" target="75oAA3cP76G7LaY9jgDj-3" value="">
          <mxGeometry height="50" relative="1" width="50" as="geometry">
            <mxPoint x="-154" y="351" as="sourcePoint" />
            <mxPoint x="-19" y="520" as="targetPoint" />
          </mxGeometry>
        </mxCell>
        <mxCell id="75oAA3cP76G7LaY9jgDj-65" edge="1" parent="1" style="endArrow=none;html=1;rounded=0;fontSize=12;startSize=8;endSize=8;curved=1;exitX=0;exitY=1;exitDx=0;exitDy=0;entryX=0;entryY=0.5;entryDx=0;entryDy=0;" value="">
          <mxGeometry height="50" relative="1" width="50" as="geometry">
            <mxPoint x="120" y="341" as="sourcePoint" />
            <mxPoint x="294" y="339" as="targetPoint" />
          </mxGeometry>
        </mxCell>
        <mxCell id="75oAA3cP76G7LaY9jgDj-69" edge="1" parent="1" style="endArrow=none;html=1;rounded=0;fontSize=12;startSize=8;endSize=8;curved=1;entryX=0;entryY=0.5;entryDx=0;entryDy=0;" value="">
          <mxGeometry height="50" relative="1" width="50" as="geometry">
            <mxPoint x="140" y="580" as="sourcePoint" />
            <mxPoint x="298" y="580" as="targetPoint" />
          </mxGeometry>
        </mxCell>
        <mxCell id="75oAA3cP76G7LaY9jgDj-70" edge="1" parent="1" source="75oAA3cP76G7LaY9jgDj-18" style="endArrow=none;html=1;rounded=0;fontSize=12;startSize=8;endSize=8;edgeStyle=orthogonalEdgeStyle;exitX=0;exitY=0.5;exitDx=0;exitDy=0;" value="">
          <mxGeometry height="50" relative="1" width="50" as="geometry">
            <mxPoint x="96" y="813" as="sourcePoint" />
            <mxPoint x="90" y="603" as="targetPoint" />
          </mxGeometry>
        </mxCell>
        <mxCell id="75oAA3cP76G7LaY9jgDj-71" parent="1" style="text;html=1;whiteSpace=wrap;strokeColor=none;fillColor=none;align=center;verticalAlign=middle;rounded=0;" value="1" vertex="1">
          <mxGeometry height="30" width="60" x="92" y="608" as="geometry" />
        </mxCell>
        <mxCell id="HflFOa4qFdl1hhKjGtfi-1" parent="1" style="text;html=1;whiteSpace=wrap;strokeColor=none;fillColor=none;align=center;verticalAlign=middle;rounded=0;fontSize=12;fontFamily=Helvetica;" value="assignedTester" vertex="1">
          <mxGeometry height="30" width="60" x="111" y="680" as="geometry" />
        </mxCell>
        <mxCell id="HflFOa4qFdl1hhKjGtfi-2" edge="1" parent="1" source="75oAA3cP76G7LaY9jgDj-61" style="endArrow=none;html=1;rounded=0;fontSize=12;startSize=8;endSize=8;edgeStyle=orthogonalEdgeStyle;exitX=0;exitY=0.154;exitDx=0;exitDy=0;exitPerimeter=0;" value="">
          <mxGeometry height="50" relative="1" width="50" as="geometry">
            <mxPoint x="226" y="793" as="sourcePoint" />
            <mxPoint x="18" y="601" as="targetPoint" />
          </mxGeometry>
        </mxCell>
        <mxCell id="HflFOa4qFdl1hhKjGtfi-3" parent="1" style="text;html=1;whiteSpace=wrap;strokeColor=none;fillColor=none;align=center;verticalAlign=middle;rounded=0;" value="1" vertex="1">
          <mxGeometry height="30" width="60" x="17" y="608" as="geometry" />
        </mxCell>
        <mxCell id="HflFOa4qFdl1hhKjGtfi-4" parent="1" style="text;html=1;whiteSpace=wrap;strokeColor=none;fillColor=none;align=center;verticalAlign=middle;rounded=0;" value="0..*" vertex="1">
          <mxGeometry height="30" width="60" x="230" y="829" as="geometry" />
        </mxCell>
        <mxCell id="HflFOa4qFdl1hhKjGtfi-6" edge="1" parent="1" style="endArrow=none;html=1;rounded=0;fontSize=12;startSize=8;endSize=8;edgeStyle=orthogonalEdgeStyle;" value="">
          <mxGeometry height="50" relative="1" width="50" as="geometry">
            <Array as="points">
              <mxPoint x="582" y="345" />
              <mxPoint x="582" y="795" />
              <mxPoint x="470" y="795" />
            </Array>
            <mxPoint x="460" y="345" as="sourcePoint" />
            <mxPoint x="470" y="799" as="targetPoint" />
          </mxGeometry>
        </mxCell>
      </root>
    </mxGraphModel>
  </diagram>
</mxfile>
